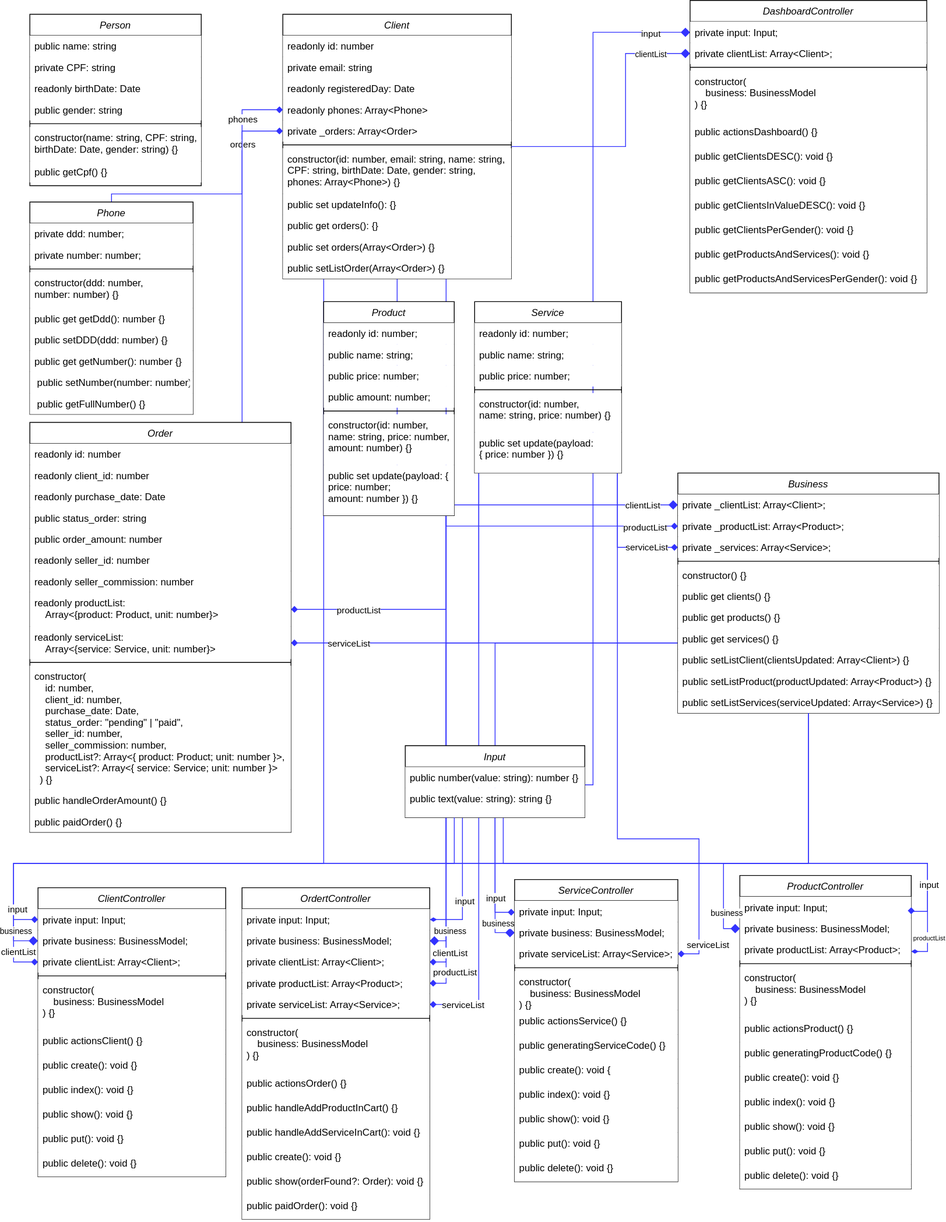
Before: fa-wb-typescript.drawio.svg, a diagram exported from draw.io (ThHenrique/fa-wb-typescript). Source tidied: cells renumbered, new cells last; positions are measured from the earlier drawing's top-left corner, leaving out a move shared by most shapes.
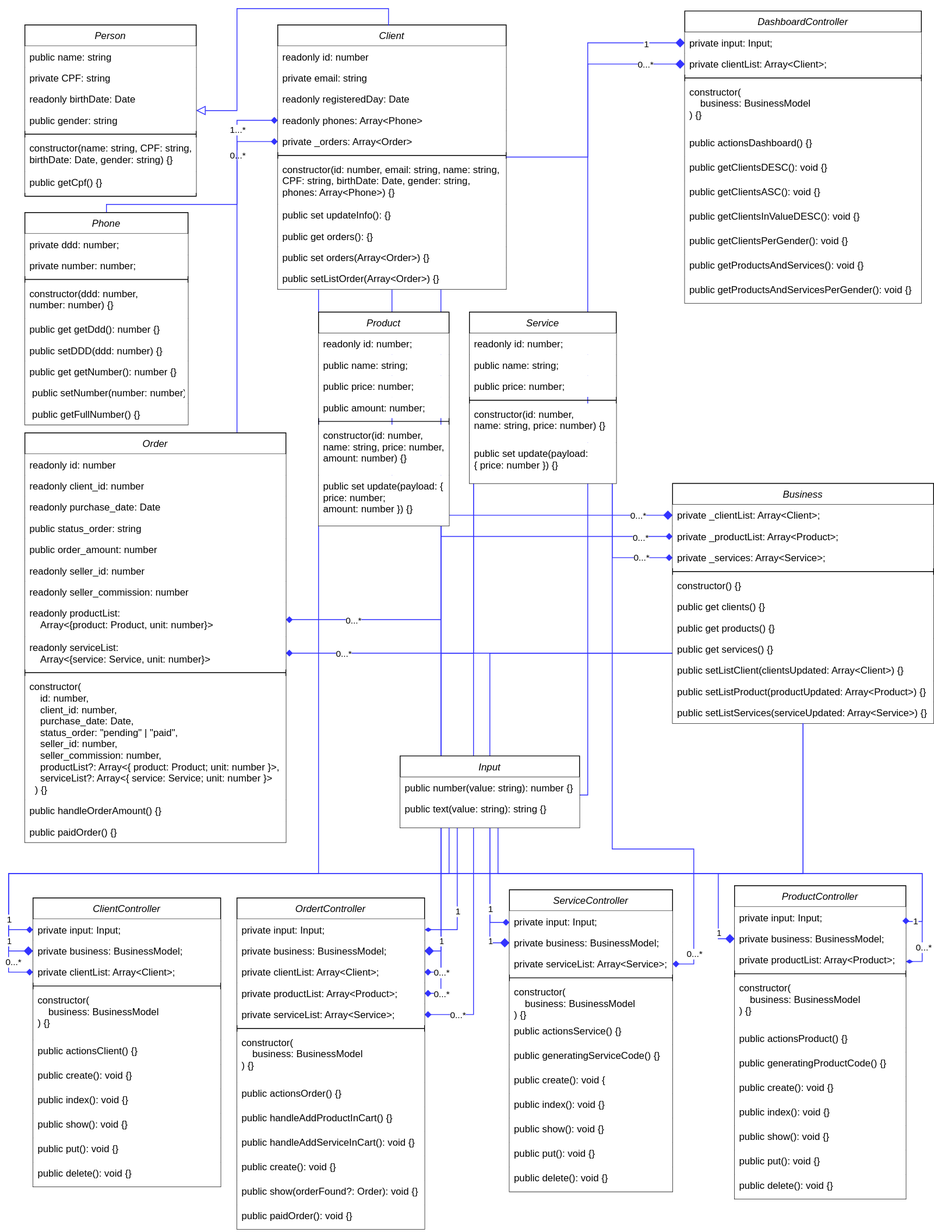
Later version of the same file.

The edit, as a diff of the source:
```diff
@@ -9,9 +9,9 @@
         </Array>
       </mxGeometry>
     </mxCell>
-    <mxCell id="3" value="productList" style="edgeLabel;html=1;align=center;verticalAlign=middle;" parent="2" vertex="1">
+    <mxCell id="3" value="0...*" style="edgeLabel;html=1;align=center;verticalAlign=middle;" parent="2" vertex="1">
       <mxGeometry x="0.83" relative="1" as="geometry">
-        <mxPoint x="10" y="18" as="offset" />
+        <mxPoint y="31" as="offset" />
       </mxGeometry>
     </mxCell>
     <mxCell id="4" style="edgeStyle=orthogonalEdgeStyle;rounded=0;jettySize=auto;html=1;endArrow=diamond;endFill=1;startSize=26;strokeColor=#3333FF;" parent="1" edge="1" source="20" target="150">
@@ -23,7 +23,7 @@
         </Array>
       </mxGeometry>
     </mxCell>
-    <mxCell id="5" value="clientList" style="edgeLabel;html=1;align=center;verticalAlign=middle;" parent="4" vertex="1">
+    <mxCell id="5" value="0...*" style="edgeLabel;html=1;align=center;verticalAlign=middle;" parent="4" vertex="1">
       <mxGeometry x="0.91" y="1" relative="1" as="geometry">
         <mxPoint x="4" y="15" as="offset" />
       </mxGeometry>
@@ -37,9 +37,9 @@
         </Array>
       </mxGeometry>
     </mxCell>
-    <mxCell id="7" value="business" style="edgeLabel;html=1;align=center;verticalAlign=middle;fontSize=10;" parent="6" vertex="1">
+    <mxCell id="7" value="1" style="edgeLabel;html=1;align=center;verticalAlign=middle;fontSize=10;" parent="6" vertex="1">
       <mxGeometry x="-0.77" y="2" relative="1" as="geometry">
-        <mxPoint x="-21" y="84" as="offset" />
+        <mxPoint x="-24" y="84" as="offset" />
       </mxGeometry>
     </mxCell>
     <mxCell id="8" style="edgeStyle=orthogonalEdgeStyle;rounded=0;jettySize=auto;html=1;entryX=1;entryY=0.5;entryDx=0;entryDy=0;endArrow=diamond;endFill=1;startSize=26;strokeColor=#3333FF;" parent="1" edge="1" source="20" target="136">
@@ -49,9 +49,9 @@
         </Array>
       </mxGeometry>
     </mxCell>
-    <mxCell id="9" value="clientList" style="edgeLabel;html=1;align=center;verticalAlign=middle;" parent="8" vertex="1">
+    <mxCell id="9" value="0...*" style="edgeLabel;html=1;align=center;verticalAlign=middle;" parent="8" vertex="1">
       <mxGeometry x="0.9" y="-1" relative="1" as="geometry">
-        <mxPoint x="5" y="9" as="offset" />
+        <mxPoint x="1" y="21" as="offset" />
       </mxGeometry>
     </mxCell>
     <mxCell id="10" style="edgeStyle=orthogonalEdgeStyle;rounded=0;jettySize=auto;html=1;fontSize=10;startArrow=diamond;startFill=1;endArrow=none;endFill=0;startSize=9;strokeColor=#3333FF;" parent="1" edge="1" source="135" target="32">
@@ -62,9 +62,9 @@
         </Array>
       </mxGeometry>
     </mxCell>
-    <mxCell id="11" value="business" style="edgeLabel;html=1;align=center;verticalAlign=middle;fontSize=10;" parent="10" vertex="1">
+    <mxCell id="11" value="1" style="edgeLabel;html=1;align=center;verticalAlign=middle;fontSize=10;" parent="10" vertex="1">
       <mxGeometry x="-0.96" y="-2" relative="1" as="geometry">
-        <mxPoint x="11" y="-15" as="offset" />
+        <mxPoint x="7" y="-15" as="offset" />
       </mxGeometry>
     </mxCell>
     <mxCell id="12" style="edgeStyle=orthogonalEdgeStyle;rounded=0;jettySize=auto;html=1;fontSize=10;startArrow=diamond;startFill=1;endArrow=none;endFill=0;startSize=9;strokeColor=#3333FF;" parent="1" edge="1" source="109" target="32">
@@ -75,9 +75,9 @@
         </Array>
       </mxGeometry>
     </mxCell>
-    <mxCell id="13" value="business" style="edgeLabel;html=1;align=center;verticalAlign=middle;fontSize=10;" parent="12" vertex="1">
+    <mxCell id="13" value="1" style="edgeLabel;html=1;align=center;verticalAlign=middle;fontSize=10;" parent="12" vertex="1">
       <mxGeometry x="-0.88" relative="1" as="geometry">
-        <mxPoint x="3" y="1" as="offset" />
+        <mxPoint y="10" as="offset" />
       </mxGeometry>
     </mxCell>
     <mxCell id="14" style="edgeStyle=orthogonalEdgeStyle;rounded=0;jettySize=auto;html=1;endArrow=diamond;endFill=1;startSize=26;strokeColor=#3333FF;" parent="1" edge="1" source="72" target="35">
@@ -87,7 +87,7 @@
         </Array>
       </mxGeometry>
     </mxCell>
-    <mxCell id="15" value="serviceList" style="edgeLabel;html=1;align=center;verticalAlign=middle;" parent="14" vertex="1">
+    <mxCell id="15" value="0...*" style="edgeLabel;html=1;align=center;verticalAlign=middle;" parent="14" vertex="1">
       <mxGeometry x="-0.33" y="-2" relative="1" as="geometry">
         <mxPoint x="37" y="35" as="offset" />
       </mxGeometry>
@@ -99,7 +99,7 @@
         </Array>
       </mxGeometry>
     </mxCell>
-    <mxCell id="17" value="clientList" style="edgeLabel;html=1;align=center;verticalAlign=middle;" parent="16" vertex="1">
+    <mxCell id="17" value="0...*" style="edgeLabel;html=1;align=center;verticalAlign=middle;rotation=0;" parent="16" vertex="1">
       <mxGeometry x="-0.9" y="-1" relative="1" as="geometry">
         <mxPoint x="-12" y="1" as="offset" />
       </mxGeometry>
@@ -112,7 +112,7 @@
         </Array>
       </mxGeometry>
     </mxCell>
-    <mxCell id="19" value="input" style="edgeLabel;html=1;align=center;verticalAlign=middle;" parent="18" vertex="1">
+    <mxCell id="19" value="1" style="edgeLabel;html=1;align=center;verticalAlign=middle;" parent="18" vertex="1">
       <mxGeometry x="-0.86" y="3" relative="1" as="geometry">
         <mxPoint x="26" y="-2" as="offset" />
       </mxGeometry>
@@ -189,6 +189,15 @@
     <mxCell id="43" value="public setListServices(serviceUpdated: Array&lt;Service&gt;) {}" style="text;align=left;verticalAlign=top;spacingLeft=4;spacingRight=4;overflow=hidden;fillColor=#FFFFFF;" parent="32" vertex="1">
       <mxGeometry y="268" width="320" height="26" as="geometry" />
     </mxCell>
+    <mxCell id="186" style="edgeStyle=orthogonalEdgeStyle;rounded=0;jettySize=auto;html=1;entryX=0.485;entryY=0.003;entryDx=0;entryDy=0;entryPerimeter=0;fontSize=8;startArrow=block;startFill=0;endArrow=none;endFill=0;startSize=9;strokeColor=#3333FF;" parent="1" edge="1" source="44" target="20">
+      <mxGeometry relative="1" as="geometry">
+        <Array as="points">
+          <mxPoint x="280" y="122" />
+          <mxPoint x="280" y="-3" />
+          <mxPoint x="466" y="-3" />
+        </Array>
+      </mxGeometry>
+    </mxCell>
     <mxCell id="44" value="Person" style="swimlane;fontStyle=2;align=center;verticalAlign=top;horizontal=1;startSize=26;rounded=0;shadow=0;strokeWidth=1;fillColor=#FFFFFF;" parent="1" vertex="1">
       <mxGeometry x="20" y="17" width="210" height="210" as="geometry" />
     </mxCell>
@@ -223,7 +232,7 @@
         </Array>
       </mxGeometry>
     </mxCell>
-    <mxCell id="53" value="&lt;font style=&quot;font-size: 8px&quot;&gt;productList&lt;/font&gt;" style="edgeLabel;html=1;align=center;verticalAlign=middle;" parent="52" vertex="1">
+    <mxCell id="53" value="0...*" style="edgeLabel;html=1;align=center;verticalAlign=middle;" parent="52" vertex="1">
       <mxGeometry x="0.19" y="1" relative="1" as="geometry">
         <mxPoint x="341" y="91" as="offset" />
       </mxGeometry>
@@ -235,7 +244,7 @@
         </Array>
       </mxGeometry>
     </mxCell>
-    <mxCell id="55" value="productList" style="edgeLabel;html=1;align=center;verticalAlign=middle;" parent="54" vertex="1">
+    <mxCell id="55" value="0...*" style="edgeLabel;html=1;align=center;verticalAlign=middle;" parent="54" vertex="1">
       <mxGeometry x="0.65" y="1" relative="1" as="geometry">
         <mxPoint x="29" y="-1" as="offset" />
       </mxGeometry>
@@ -247,7 +256,7 @@
         </Array>
       </mxGeometry>
     </mxCell>
-    <mxCell id="57" value="productList" style="edgeLabel;html=1;align=center;verticalAlign=middle;" parent="56" vertex="1">
+    <mxCell id="57" value="0...*" style="edgeLabel;html=1;align=center;verticalAlign=middle;" parent="56" vertex="1">
       <mxGeometry x="0.16" y="-3" relative="1" as="geometry">
         <mxPoint x="85" y="-2" as="offset" />
       </mxGeometry>
@@ -283,7 +292,7 @@
         </Array>
       </mxGeometry>
     </mxCell>
-    <mxCell id="67" value="serviceList" style="edgeLabel;html=1;align=center;verticalAlign=middle;" parent="66" vertex="1">
+    <mxCell id="67" value="0...*" style="edgeLabel;html=1;align=center;verticalAlign=middle;" parent="66" vertex="1">
       <mxGeometry x="0.54" y="1" relative="1" as="geometry">
         <mxPoint x="-30" y="-1" as="offset" />
       </mxGeometry>
@@ -297,9 +306,9 @@
         </Array>
       </mxGeometry>
     </mxCell>
-    <mxCell id="69" value="serviceList" style="edgeLabel;html=1;align=center;verticalAlign=middle;" parent="68" vertex="1">
+    <mxCell id="69" value="0...*" style="edgeLabel;html=1;align=center;verticalAlign=middle;" parent="68" vertex="1">
       <mxGeometry x="0.79" relative="1" as="geometry">
-        <mxPoint x="10" y="37" as="offset" />
+        <mxPoint y="36" as="offset" />
       </mxGeometry>
     </mxCell>
     <mxCell id="70" style="edgeStyle=orthogonalEdgeStyle;rounded=0;jettySize=auto;html=1;endArrow=diamond;endFill=1;startSize=26;strokeColor=#3333FF;" parent="1" edge="1" source="72" target="138">
@@ -309,7 +318,7 @@
         </Array>
       </mxGeometry>
     </mxCell>
-    <mxCell id="71" value="serviceList" style="edgeLabel;html=1;align=center;verticalAlign=middle;" parent="70" vertex="1">
+    <mxCell id="71" value="0...*" style="edgeLabel;html=1;align=center;verticalAlign=middle;" parent="70" vertex="1">
       <mxGeometry x="0.77" y="1" relative="1" as="geometry">
         <mxPoint x="-21" y="23" as="offset" />
       </mxGeometry>
@@ -342,7 +351,7 @@
         </Array>
       </mxGeometry>
     </mxCell>
-    <mxCell id="80" value="orders" style="edgeLabel;html=1;align=center;verticalAlign=middle;" parent="79" vertex="1">
+    <mxCell id="80" value="0...*" style="edgeLabel;html=1;align=center;verticalAlign=middle;" parent="79" vertex="1">
       <mxGeometry x="-0.16" relative="1" as="geometry">
         <mxPoint y="-170" as="offset" />
       </mxGeometry>
@@ -398,7 +407,7 @@
         </Array>
       </mxGeometry>
     </mxCell>
-    <mxCell id="96" value="phones" style="edgeLabel;html=1;align=center;verticalAlign=middle;" parent="95" vertex="1">
+    <mxCell id="96" value="1...*" style="edgeLabel;html=1;align=center;verticalAlign=middle;" parent="95" vertex="1">
       <mxGeometry x="0.53" y="1" relative="1" as="geometry">
         <mxPoint x="1" y="-15" as="offset" />
       </mxGeometry>
@@ -632,7 +641,7 @@
         </Array>
       </mxGeometry>
     </mxCell>
-    <mxCell id="172" value="input" style="edgeLabel;html=1;align=center;verticalAlign=middle;" parent="171" vertex="1">
+    <mxCell id="172" value="1" style="edgeLabel;html=1;align=center;verticalAlign=middle;" parent="171" vertex="1">
       <mxGeometry x="0.3" y="2" relative="1" as="geometry">
         <mxPoint x="-2" y="8" as="offset" />
       </mxGeometry>
@@ -655,9 +664,9 @@
         </Array>
       </mxGeometry>
     </mxCell>
-    <mxCell id="175" value="input" style="edgeLabel;html=1;align=center;verticalAlign=middle;" parent="174" vertex="1">
+    <mxCell id="175" value="1" style="edgeLabel;html=1;align=center;verticalAlign=middle;" parent="174" vertex="1">
       <mxGeometry x="0.06" y="2" relative="1" as="geometry">
-        <mxPoint y="26" as="offset" />
+        <mxPoint x="-2" y="26" as="offset" />
       </mxGeometry>
     </mxCell>
     <mxCell id="176" value="Input" style="swimlane;fontStyle=2;align=center;verticalAlign=top;horizontal=1;startSize=26;rounded=0;shadow=0;strokeWidth=1;fillColor=#FFFFFF;" parent="1" vertex="1">
@@ -678,25 +687,25 @@
         </Array>
       </mxGeometry>
     </mxCell>
-    <mxCell id="180" value="input" style="edgeLabel;html=1;align=center;verticalAlign=middle;" parent="179" vertex="1">
+    <mxCell id="180" value="1" style="edgeLabel;html=1;align=center;verticalAlign=middle;" parent="179" vertex="1">
       <mxGeometry x="0.24" y="-2" relative="1" as="geometry">
-        <mxPoint x="-159" y="58" as="offset" />
+        <mxPoint x="-163" y="58" as="offset" />
       </mxGeometry>
     </mxCell>
-    <mxCell id="181" value="input" style="edgeLabel;html=1;align=center;verticalAlign=middle;" parent="1" vertex="1">
-      <mxGeometry x="1105" y="1076" as="geometry">
+    <mxCell id="181" value="1" style="edgeLabel;html=1;align=center;verticalAlign=middle;" parent="1" vertex="1">
+      <mxGeometry x="1096" y="1109" as="geometry">
         <mxPoint x="16" y="7" as="offset" />
       </mxGeometry>
     </mxCell>
     <mxCell id="182" style="edgeStyle=orthogonalEdgeStyle;rounded=0;jettySize=auto;html=1;fontSize=10;startArrow=diamond;startFill=1;endArrow=none;endFill=0;startSize=9;strokeColor=#3333FF;" parent="1" edge="1" source="161" target="20">
       <mxGeometry relative="1" as="geometry">
         <Array as="points">
-          <mxPoint x="750" y="65" />
-          <mxPoint x="750" y="179" />
+          <mxPoint x="710" y="65" />
+          <mxPoint x="710" y="179" />
         </Array>
       </mxGeometry>
     </mxCell>
-    <mxCell id="183" value="clientList" style="edgeLabel;html=1;align=center;verticalAlign=middle;fontSize=10;" parent="182" vertex="1">
+    <mxCell id="183" value="&lt;span style=&quot;font-size: 11px&quot;&gt;0...*&lt;/span&gt;" style="edgeLabel;html=1;align=center;verticalAlign=middle;fontSize=10;" parent="182" vertex="1">
       <mxGeometry x="-0.61" y="-2" relative="1" as="geometry">
         <mxPoint x="16" y="2" as="offset" />
       </mxGeometry>
@@ -710,8 +719,10 @@
         </Array>
       </mxGeometry>
     </mxCell>
-    <mxCell id="185" value="business" style="edgeLabel;html=1;align=center;verticalAlign=middle;fontSize=10;" parent="184" vertex="1">
-      <mxGeometry x="-0.8" y="-3" relative="1" as="geometry" />
+    <mxCell id="185" value="1" style="edgeLabel;html=1;align=center;verticalAlign=middle;fontSize=10;" parent="184" vertex="1">
+      <mxGeometry x="-0.8" y="-3" relative="1" as="geometry">
+        <mxPoint x="-3" y="12" as="offset" />
+      </mxGeometry>
     </mxCell>
   </root>
 </mxGraphModel>
```
